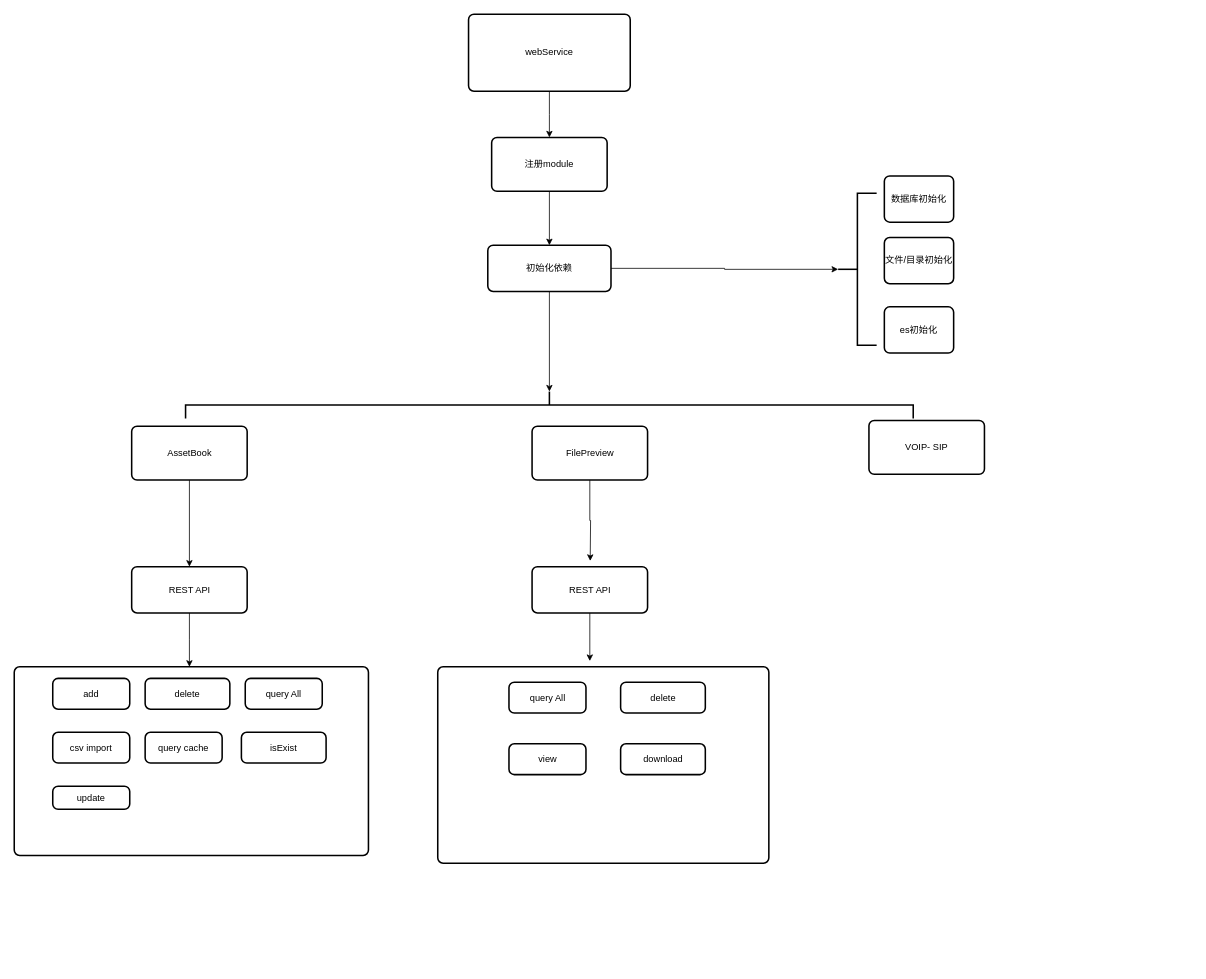
The draw.io diagram 独立module设计.drawio in cwj459378216/txt, before the edit. Source tidied: cells renumbered, new cells numbered last; positions are measured from the earlier drawing's top-left corner, leaving out a move shared by most shapes. Both pictures are drawn from the tidied source at 77%, with x=0, y=0 at pixel (14, 14).
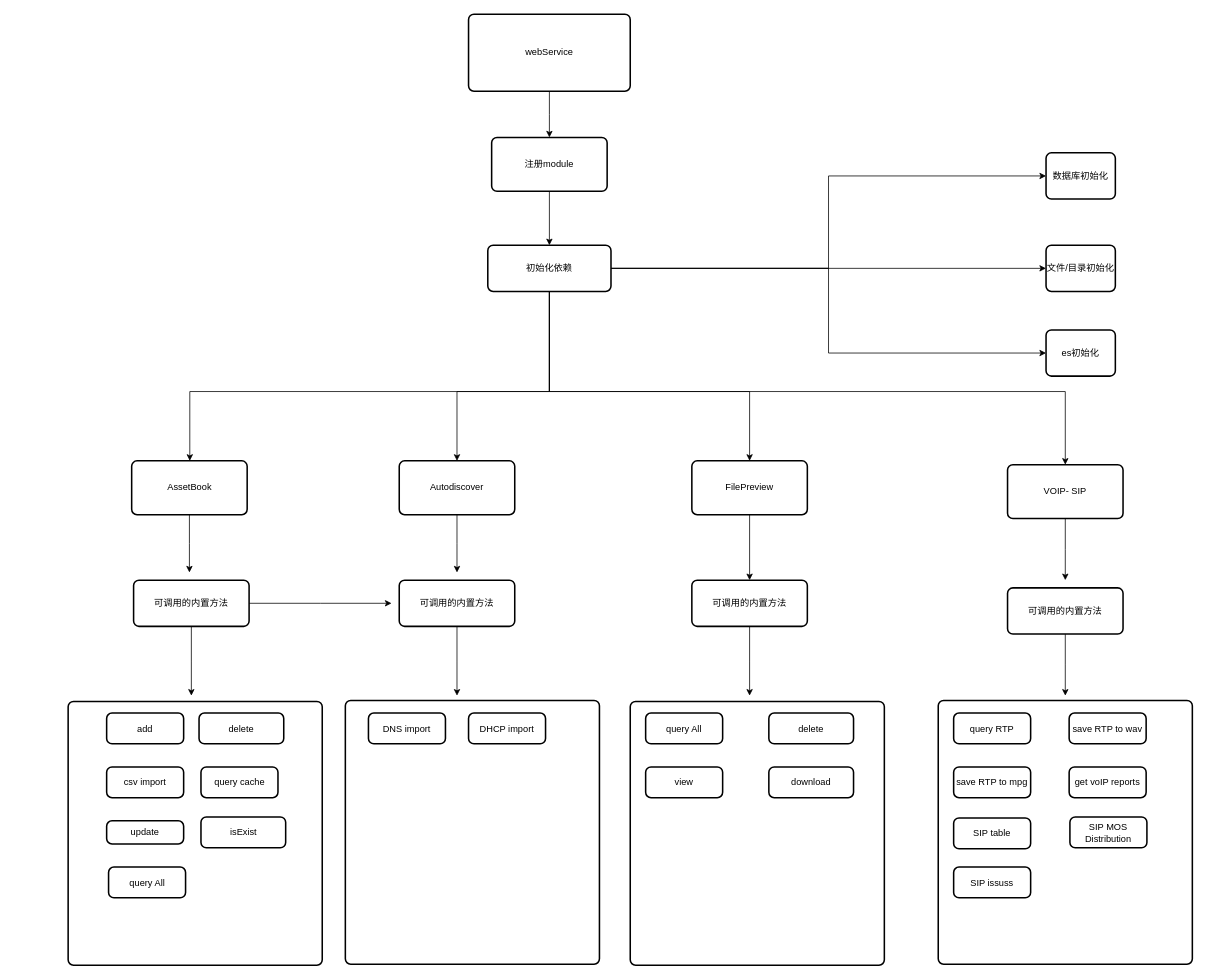
Above is the later version.

Commit message (it also covers changes not shown here):
更新独立module设计.drawio

Unchanged cells that the change refers to:
```xml
<mxCell id="16" value="初始化依赖" style="rounded=1;whiteSpace=wrap;html=1;absoluteArcSize=1;arcSize=14;strokeWidth=2;" parent="1" vertex="1">
  <mxGeometry x="615" y="300" width="160" height="60" as="geometry" />
</mxCell>
```

The edit, as a diff of the source:
```diff
@@
-    <mxCell id="2" style="rounded=1;whiteSpace=wrap;html=1;absoluteArcSize=1;arcSize=14;strokeWidth=2;" parent="1" vertex="1">
-      <mxGeometry x="550" y="847.5" width="430" height="255" as="geometry" />
-    </mxCell>
+    <mxCell id="36" style="rounded=1;whiteSpace=wrap;html=1;absoluteArcSize=1;arcSize=14;strokeWidth=2;" parent="1" vertex="1">
+      <mxGeometry x="800" y="892.5" width="330" height="342.5" as="geometry" />
+    </mxCell>
     <mxCell id="3" style="rounded=1;whiteSpace=wrap;html=1;absoluteArcSize=1;arcSize=14;strokeWidth=2;" parent="1" vertex="1">
-      <mxGeometry y="847.5" width="460" height="245" as="geometry" />
+      <mxGeometry x="70" y="892.5" width="330" height="342.5" as="geometry" />
     </mxCell>
@@
-    <mxCell id="8" style="edgeStyle=orthogonalEdgeStyle;rounded=0;jettySize=auto;html=1;entryX=0.5;entryY=0;entryDx=0;entryDy=0;" parent="1" edge="1" source="9" target="18">
-      <mxGeometry relative="1" as="geometry" />
-    </mxCell>
+    <mxCell id="37" style="edgeStyle=orthogonalEdgeStyle;rounded=0;jettySize=auto;html=1;" parent="1" edge="1" source="9">
+      <mxGeometry relative="1" as="geometry">
+        <mxPoint x="227.5" y="725" as="targetPoint" />
+      </mxGeometry>
+    </mxCell>
     <mxCell id="9" value="AssetBook" style="rounded=1;whiteSpace=wrap;html=1;absoluteArcSize=1;arcSize=14;strokeWidth=2;" parent="1" vertex="1">
-      <mxGeometry x="152.5" y="535" width="150" height="70" as="geometry" />
+      <mxGeometry x="152.5" y="580" width="150" height="70" as="geometry" />
     </mxCell>
+    <mxCell id="38" style="edgeStyle=orthogonalEdgeStyle;rounded=0;jettySize=auto;html=1;" parent="1" edge="1" source="10">
+      <mxGeometry relative="1" as="geometry">
+        <mxPoint x="1365" y="735" as="targetPoint" />
+      </mxGeometry>
+    </mxCell>
     <mxCell id="10" value="VOIP- SIP" style="rounded=1;whiteSpace=wrap;html=1;absoluteArcSize=1;arcSize=14;strokeWidth=2;" parent="1" vertex="1">
-      <mxGeometry x="1110" y="527.5" width="150" height="70" as="geometry" />
+      <mxGeometry x="1290" y="585" width="150" height="70" as="geometry" />
     </mxCell>
-    <mxCell id="11" style="edgeStyle=orthogonalEdgeStyle;rounded=0;jettySize=auto;html=1;" parent="1" edge="1" source="12">
-      <mxGeometry relative="1" as="geometry">
-        <mxPoint x="748" y="710" as="targetPoint" />
-      </mxGeometry>
-    </mxCell>
+    <mxCell id="39" style="edgeStyle=orthogonalEdgeStyle;rounded=0;jettySize=auto;html=1;entryX=0.5;entryY=0;entryDx=0;entryDy=0;" parent="1" edge="1" source="12" target="30">
+      <mxGeometry relative="1" as="geometry" />
+    </mxCell>
     <mxCell id="12" value="FilePreview" style="rounded=1;whiteSpace=wrap;html=1;absoluteArcSize=1;arcSize=14;strokeWidth=2;" parent="1" vertex="1">
-      <mxGeometry x="672.5" y="535" width="150" height="70" as="geometry" />
+      <mxGeometry x="880" y="580" width="150" height="70" as="geometry" />
     </mxCell>
-    <mxCell id="13" style="strokeWidth=2;html=1;shape=mxgraph.flowchart.annotation_2;align=left;labelPosition=right;rotation=90;" parent="1" vertex="1">
-      <mxGeometry x="677.5" y="35" width="35" height="945" as="geometry" />
-    </mxCell>
-    <mxCell id="14" style="edgeStyle=orthogonalEdgeStyle;rounded=0;jettySize=auto;html=1;entryX=0;entryY=0.5;entryDx=0;entryDy=0;entryPerimeter=0;" parent="1" edge="1" source="16" target="35">
-      <mxGeometry relative="1" as="geometry" />
-    </mxCell>
-    <mxCell id="15" style="edgeStyle=orthogonalEdgeStyle;rounded=0;jettySize=auto;html=1;entryX=0;entryY=0.5;entryDx=0;entryDy=0;entryPerimeter=0;" parent="1" edge="1" source="16" target="13">
-      <mxGeometry relative="1" as="geometry" />
-    </mxCell>
+    <mxCell id="40" style="edgeStyle=orthogonalEdgeStyle;rounded=0;jettySize=auto;html=1;entryX=0;entryY=0.5;entryDx=0;entryDy=0;" parent="1" edge="1" source="16" target="26">
+      <mxGeometry relative="1" as="geometry" />
+    </mxCell>
+    <mxCell id="41" style="edgeStyle=orthogonalEdgeStyle;rounded=0;jettySize=auto;html=1;entryX=0;entryY=0.5;entryDx=0;entryDy=0;" parent="1" edge="1" source="16" target="27">
+      <mxGeometry relative="1" as="geometry" />
+    </mxCell>
+    <mxCell id="42" style="edgeStyle=orthogonalEdgeStyle;rounded=0;jettySize=auto;html=1;entryX=0;entryY=0.5;entryDx=0;entryDy=0;" parent="1" edge="1" source="16" target="28">
+      <mxGeometry relative="1" as="geometry" />
+    </mxCell>
+    <mxCell id="43" style="edgeStyle=orthogonalEdgeStyle;rounded=0;jettySize=auto;html=1;" parent="1" edge="1" source="16" target="50">
+      <mxGeometry relative="1" as="geometry">
+        <Array as="points">
+          <mxPoint x="695" y="490" />
+          <mxPoint x="575" y="490" />
+        </Array>
+      </mxGeometry>
+    </mxCell>
+    <mxCell id="44" style="edgeStyle=orthogonalEdgeStyle;rounded=0;jettySize=auto;html=1;entryX=0.5;entryY=0;entryDx=0;entryDy=0;" parent="1" edge="1" source="16" target="12">
+      <mxGeometry relative="1" as="geometry">
+        <Array as="points">
+          <mxPoint x="695" y="490" />
+          <mxPoint x="955" y="490" />
+        </Array>
+      </mxGeometry>
+    </mxCell>
+    <mxCell id="45" style="edgeStyle=orthogonalEdgeStyle;rounded=0;jettySize=auto;html=1;" parent="1" edge="1" source="16" target="9">
+      <mxGeometry relative="1" as="geometry">
+        <Array as="points">
+          <mxPoint x="695" y="490" />
+          <mxPoint x="228" y="490" />
+        </Array>
+      </mxGeometry>
+    </mxCell>
+    <mxCell id="46" style="edgeStyle=orthogonalEdgeStyle;rounded=0;jettySize=auto;html=1;entryX=0.5;entryY=0;entryDx=0;entryDy=0;" parent="1" edge="1" source="16" target="10">
+      <mxGeometry relative="1" as="geometry">
+        <Array as="points">
+          <mxPoint x="695" y="490" />
+          <mxPoint x="1365" y="490" />
+        </Array>
+      </mxGeometry>
+    </mxCell>
@@
-    <mxCell id="17" style="edgeStyle=orthogonalEdgeStyle;rounded=0;jettySize=auto;html=1;" parent="1" edge="1" source="18">
-      <mxGeometry relative="1" as="geometry">
-        <mxPoint x="227.5" y="847.5" as="targetPoint" />
-      </mxGeometry>
-    </mxCell>
+    <mxCell id="47" style="edgeStyle=orthogonalEdgeStyle;rounded=0;jettySize=auto;html=1;" parent="1" edge="1" source="18">
+      <mxGeometry relative="1" as="geometry">
+        <mxPoint x="490" y="765" as="targetPoint" />
+      </mxGeometry>
+    </mxCell>
+    <mxCell id="48" style="edgeStyle=orthogonalEdgeStyle;rounded=0;jettySize=auto;html=1;" parent="1" edge="1" source="18">
+      <mxGeometry relative="1" as="geometry">
+        <mxPoint x="230" y="885" as="targetPoint" />
+      </mxGeometry>
+    </mxCell>
-    <mxCell id="18" value="REST API" style="rounded=1;whiteSpace=wrap;html=1;absoluteArcSize=1;arcSize=14;strokeWidth=2;" parent="1" vertex="1">
-      <mxGeometry x="152.5" y="717.5" width="150" height="60" as="geometry" />
+    <mxCell id="18" value="可调用的内置方法" style="rounded=1;whiteSpace=wrap;html=1;absoluteArcSize=1;arcSize=14;strokeWidth=2;" parent="1" vertex="1">
+      <mxGeometry x="155" y="735" width="150" height="60" as="geometry" />
     </mxCell>
     <mxCell id="19" value="add" style="rounded=1;whiteSpace=wrap;html=1;absoluteArcSize=1;arcSize=14;strokeWidth=2;" parent="1" vertex="1">
-      <mxGeometry x="50" y="862.5" width="100" height="40" as="geometry" />
+      <mxGeometry x="120" y="907.5" width="100" height="40" as="geometry" />
     </mxCell>
     <mxCell id="20" value="delete" style="rounded=1;whiteSpace=wrap;html=1;absoluteArcSize=1;arcSize=14;strokeWidth=2;" parent="1" vertex="1">
-      <mxGeometry x="170" y="862.5" width="110" height="40" as="geometry" />
+      <mxGeometry x="240" y="907.5" width="110" height="40" as="geometry" />
     </mxCell>
     <mxCell id="21" value="query All" style="rounded=1;whiteSpace=wrap;html=1;absoluteArcSize=1;arcSize=14;strokeWidth=2;" parent="1" vertex="1">
-      <mxGeometry x="300" y="862.5" width="100" height="40" as="geometry" />
+      <mxGeometry x="122.5" y="1107.5" width="100" height="40" as="geometry" />
     </mxCell>
     <mxCell id="22" value="csv import" style="rounded=1;whiteSpace=wrap;html=1;absoluteArcSize=1;arcSize=14;strokeWidth=2;" parent="1" vertex="1">
-      <mxGeometry x="50" y="932.5" width="100" height="40" as="geometry" />
+      <mxGeometry x="120" y="977.5" width="100" height="40" as="geometry" />
     </mxCell>
     <mxCell id="23" value="update" style="rounded=1;whiteSpace=wrap;html=1;absoluteArcSize=1;arcSize=14;strokeWidth=2;" parent="1" vertex="1">
-      <mxGeometry x="50" y="1002.5" width="100" height="30" as="geometry" />
+      <mxGeometry x="120" y="1047.5" width="100" height="30" as="geometry" />
     </mxCell>
     <mxCell id="24" value="query&amp;nbsp;cache" style="rounded=1;whiteSpace=wrap;html=1;absoluteArcSize=1;arcSize=14;strokeWidth=2;" parent="1" vertex="1">
-      <mxGeometry x="170" y="932.5" width="100" height="40" as="geometry" />
+      <mxGeometry x="242.5" y="977.5" width="100" height="40" as="geometry" />
     </mxCell>
     <mxCell id="25" value="isExist" style="rounded=1;whiteSpace=wrap;html=1;absoluteArcSize=1;arcSize=14;strokeWidth=2;" parent="1" vertex="1">
-      <mxGeometry x="295" y="932.5" width="110" height="40" as="geometry" />
+      <mxGeometry x="242.5" y="1042.5" width="110" height="40" as="geometry" />
     </mxCell>
     <mxCell id="26" value="数据库初始化" style="rounded=1;whiteSpace=wrap;html=1;absoluteArcSize=1;arcSize=14;strokeWidth=2;" parent="1" vertex="1">
-      <mxGeometry x="1130" y="210" width="90" height="60" as="geometry" />
+      <mxGeometry x="1340" y="180" width="90" height="60" as="geometry" />
     </mxCell>
     <mxCell id="27" value="文件/目录初始化" style="rounded=1;whiteSpace=wrap;html=1;absoluteArcSize=1;arcSize=14;strokeWidth=2;" parent="1" vertex="1">
-      <mxGeometry x="1130" y="290" width="90" height="60" as="geometry" />
+      <mxGeometry x="1340" y="300" width="90" height="60" as="geometry" />
     </mxCell>
     <mxCell id="28" value="es初始化" style="rounded=1;whiteSpace=wrap;html=1;absoluteArcSize=1;arcSize=14;strokeWidth=2;" parent="1" vertex="1">
-      <mxGeometry x="1130" y="380" width="90" height="60" as="geometry" />
+      <mxGeometry x="1340" y="410" width="90" height="60" as="geometry" />
     </mxCell>
     <mxCell id="29" style="edgeStyle=orthogonalEdgeStyle;rounded=0;jettySize=auto;html=1;" parent="1" edge="1" source="30">
       <mxGeometry relative="1" as="geometry">
-        <mxPoint x="747.5" y="840" as="targetPoint" />
+        <mxPoint x="955" y="885" as="targetPoint" />
       </mxGeometry>
     </mxCell>
-    <mxCell id="30" value="REST API" style="rounded=1;whiteSpace=wrap;html=1;absoluteArcSize=1;arcSize=14;strokeWidth=2;" parent="1" vertex="1">
-      <mxGeometry x="672.5" y="717.5" width="150" height="60" as="geometry" />
+    <mxCell id="30" value="可调用的内置方法" style="rounded=1;whiteSpace=wrap;html=1;absoluteArcSize=1;arcSize=14;strokeWidth=2;" parent="1" vertex="1">
+      <mxGeometry x="880" y="735" width="150" height="60" as="geometry" />
     </mxCell>
     <mxCell id="31" value="delete" style="rounded=1;whiteSpace=wrap;html=1;absoluteArcSize=1;arcSize=14;strokeWidth=2;" parent="1" vertex="1">
-      <mxGeometry x="787.5" y="867.5" width="110" height="40" as="geometry" />
+      <mxGeometry x="980" y="907.5" width="110" height="40" as="geometry" />
     </mxCell>
     <mxCell id="32" value="query All" style="rounded=1;whiteSpace=wrap;html=1;absoluteArcSize=1;arcSize=14;strokeWidth=2;" parent="1" vertex="1">
-      <mxGeometry x="642.5" y="867.5" width="100" height="40" as="geometry" />
+      <mxGeometry x="820" y="907.5" width="100" height="40" as="geometry" />
     </mxCell>
     <mxCell id="33" value="download" style="rounded=1;whiteSpace=wrap;html=1;absoluteArcSize=1;arcSize=14;strokeWidth=2;" parent="1" vertex="1">
-      <mxGeometry x="787.5" y="947.5" width="110" height="40" as="geometry" />
+      <mxGeometry x="980" y="977.5" width="110" height="40" as="geometry" />
     </mxCell>
     <mxCell id="34" value="view" style="rounded=1;whiteSpace=wrap;html=1;absoluteArcSize=1;arcSize=14;strokeWidth=2;" parent="1" vertex="1">
-      <mxGeometry x="642.5" y="947.5" width="100" height="40" as="geometry" />
+      <mxGeometry x="820" y="977.5" width="100" height="40" as="geometry" />
     </mxCell>
-    <mxCell id="35" style="strokeWidth=2;html=1;shape=mxgraph.flowchart.annotation_2;align=left;labelPosition=right;" parent="1" vertex="1">
-      <mxGeometry x="1070" y="232.5" width="50" height="197.5" as="geometry" />
-    </mxCell>
+    <mxCell id="49" style="edgeStyle=orthogonalEdgeStyle;rounded=0;jettySize=auto;html=1;" parent="1" edge="1" source="50">
+      <mxGeometry relative="1" as="geometry">
+        <mxPoint x="575" y="725" as="targetPoint" />
+      </mxGeometry>
+    </mxCell>
+    <mxCell id="50" value="Autodiscover" style="rounded=1;whiteSpace=wrap;html=1;absoluteArcSize=1;arcSize=14;strokeWidth=2;" parent="1" vertex="1">
+      <mxGeometry x="500" y="580" width="150" height="70" as="geometry" />
+    </mxCell>
+    <mxCell id="51" style="edgeStyle=orthogonalEdgeStyle;rounded=0;jettySize=auto;html=1;" parent="1" edge="1" source="52">
+      <mxGeometry relative="1" as="geometry">
+        <mxPoint x="575" y="885" as="targetPoint" />
+      </mxGeometry>
+    </mxCell>
+    <mxCell id="52" value="可调用的内置方法" style="rounded=1;whiteSpace=wrap;html=1;absoluteArcSize=1;arcSize=14;strokeWidth=2;" parent="1" vertex="1">
+      <mxGeometry x="500" y="735" width="150" height="60" as="geometry" />
+    </mxCell>
+    <mxCell id="53" style="rounded=1;whiteSpace=wrap;html=1;absoluteArcSize=1;arcSize=14;strokeWidth=2;" parent="1" vertex="1">
+      <mxGeometry x="430" y="891.2" width="330" height="342.5" as="geometry" />
+    </mxCell>
+    <mxCell id="54" value="DNS import" style="rounded=1;whiteSpace=wrap;html=1;absoluteArcSize=1;arcSize=14;strokeWidth=2;" parent="1" vertex="1">
+      <mxGeometry x="460" y="907.5" width="100" height="40" as="geometry" />
+    </mxCell>
+    <mxCell id="55" value="DHCP import" style="rounded=1;whiteSpace=wrap;html=1;absoluteArcSize=1;arcSize=14;strokeWidth=2;" parent="1" vertex="1">
+      <mxGeometry x="590" y="907.5" width="100" height="40" as="geometry" />
+    </mxCell>
+    <mxCell id="56" style="edgeStyle=orthogonalEdgeStyle;rounded=0;jettySize=auto;html=1;" parent="1" edge="1" source="57">
+      <mxGeometry relative="1" as="geometry">
+        <mxPoint x="1365" y="885" as="targetPoint" />
+      </mxGeometry>
+    </mxCell>
+    <mxCell id="57" value="可调用的内置方法" style="rounded=1;whiteSpace=wrap;html=1;absoluteArcSize=1;arcSize=14;strokeWidth=2;" parent="1" vertex="1">
+      <mxGeometry x="1290" y="745" width="150" height="60" as="geometry" />
+    </mxCell>
+    <mxCell id="58" style="rounded=1;whiteSpace=wrap;html=1;absoluteArcSize=1;arcSize=14;strokeWidth=2;" parent="1" vertex="1">
+      <mxGeometry x="1200" y="891.2" width="330" height="342.5" as="geometry" />
+    </mxCell>
+    <mxCell id="59" value="query RTP" style="rounded=1;whiteSpace=wrap;html=1;absoluteArcSize=1;arcSize=14;strokeWidth=2;" parent="1" vertex="1">
+      <mxGeometry x="1220" y="907.5" width="100" height="40" as="geometry" />
+    </mxCell>
+    <mxCell id="60" value="save RTP to wav" style="rounded=1;whiteSpace=wrap;html=1;absoluteArcSize=1;arcSize=14;strokeWidth=2;" parent="1" vertex="1">
+      <mxGeometry x="1370" y="907.5" width="100" height="40" as="geometry" />
+    </mxCell>
+    <mxCell id="61" value="save RTP to mpg" style="rounded=1;whiteSpace=wrap;html=1;absoluteArcSize=1;arcSize=14;strokeWidth=2;" parent="1" vertex="1">
+      <mxGeometry x="1220" y="977.5" width="100" height="40" as="geometry" />
+    </mxCell>
+    <mxCell id="62" value="get voIP reports" style="rounded=1;whiteSpace=wrap;html=1;absoluteArcSize=1;arcSize=14;strokeWidth=2;" parent="1" vertex="1">
+      <mxGeometry x="1370" y="977.5" width="100" height="40" as="geometry" />
+    </mxCell>
+    <mxCell id="63" value="SIP table" style="rounded=1;whiteSpace=wrap;html=1;absoluteArcSize=1;arcSize=14;strokeWidth=2;" parent="1" vertex="1">
+      <mxGeometry x="1220" y="1043.8" width="100" height="40" as="geometry" />
+    </mxCell>
+    <mxCell id="64" value="SIP MOS Distribution" style="rounded=1;whiteSpace=wrap;html=1;absoluteArcSize=1;arcSize=14;strokeWidth=2;" parent="1" vertex="1">
+      <mxGeometry x="1371" y="1042.5" width="100" height="40" as="geometry" />
+    </mxCell>
+    <mxCell id="65" value="SIP issuss" style="rounded=1;whiteSpace=wrap;html=1;absoluteArcSize=1;arcSize=14;strokeWidth=2;" parent="1" vertex="1">
+      <mxGeometry x="1220" y="1107.5" width="100" height="40" as="geometry" />
+    </mxCell>
```
